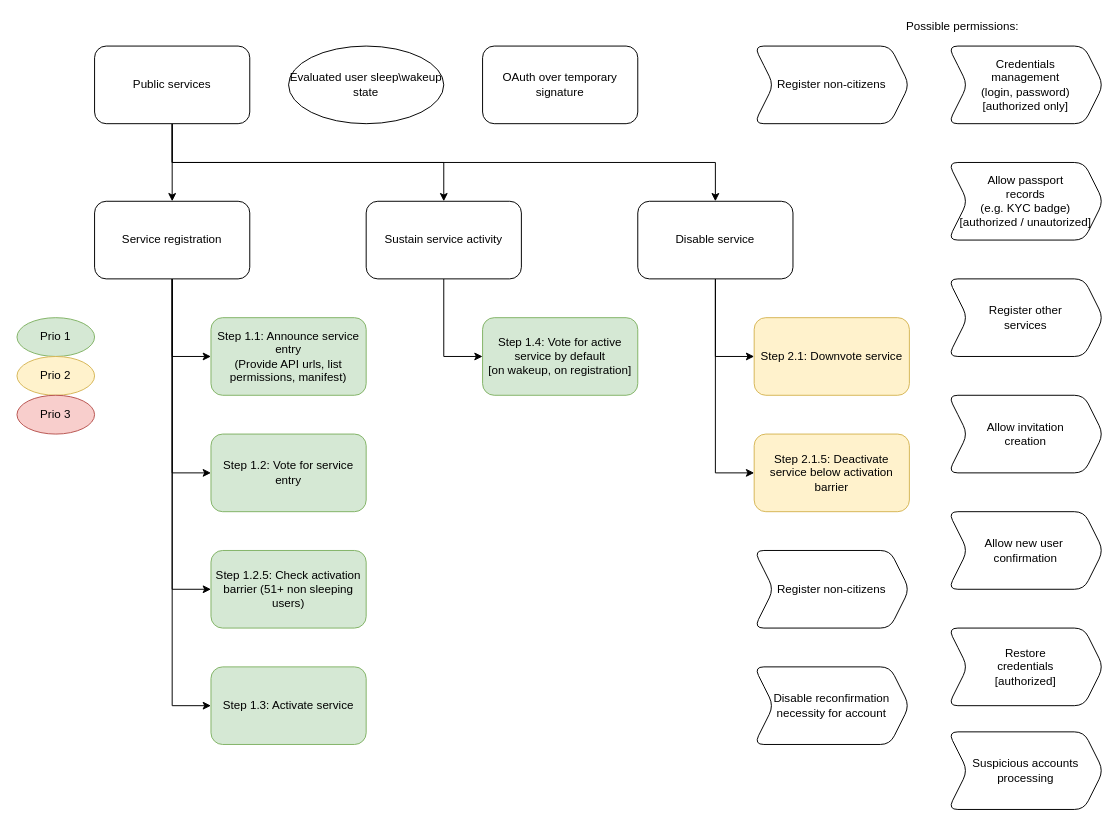
Before: page "B: Permissions for external services" (3 of 6) of architecture/crdesign.drawio in markvandal/ds.info, a draw.io diagram. Source tidied: cells renumbered, new cells numbered last; positions are measured from the earlier drawing's top-left corner, leaving out a move shared by most shapes. Both pictures are drawn from the tidied source at 97%, with x=0, y=0 at pixel (16, 16).
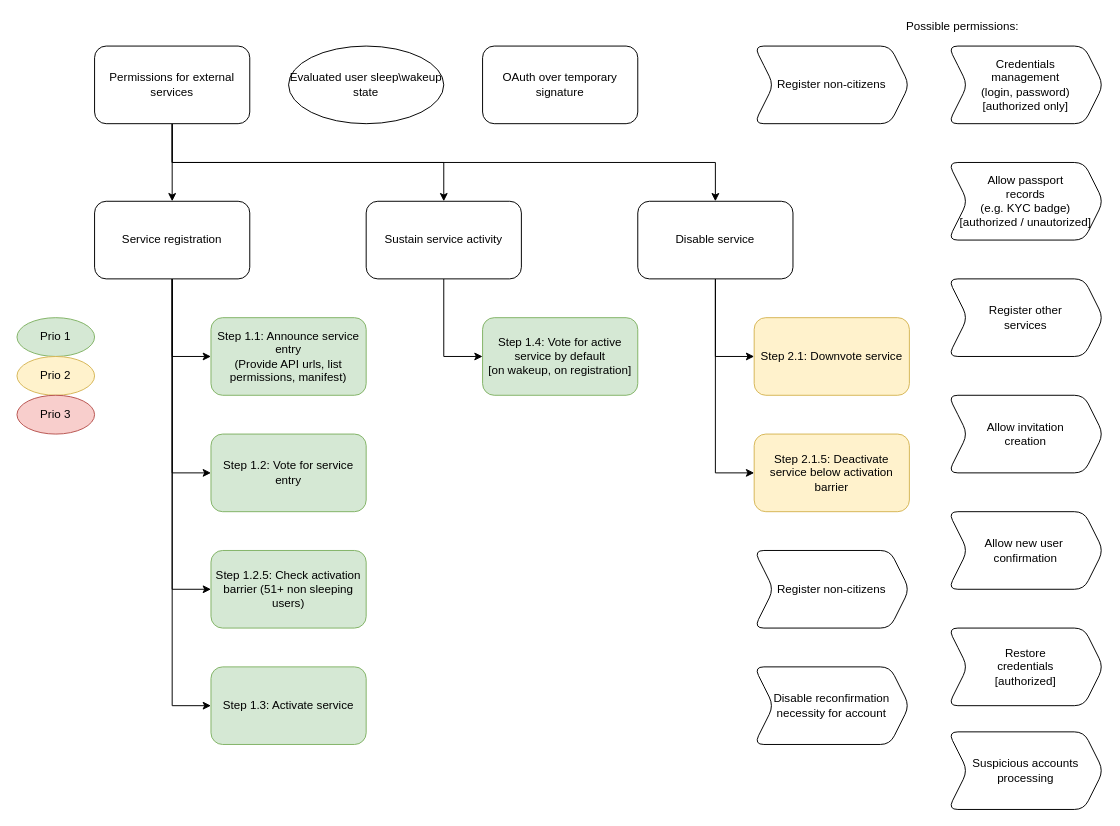
Above is the later version.

What changed in the source:
```diff
@@
-    <mxCell id="22" value="Public services" style="rounded=1;whiteSpace=wrap;html=1;" parent="1" vertex="1">
+    <mxCell id="22" value="Permissions for external services" style="rounded=1;whiteSpace=wrap;html=1;" parent="1" vertex="1">
       <mxGeometry x="80" y="30" width="160" height="80" as="geometry" />
     </mxCell>
```
